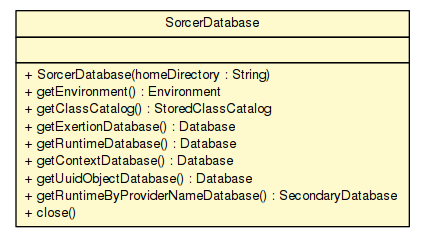
Earlier version of the Graphviz export apidocs/sorcer/util/bdb/objects/SorcerDatabase.png (sorcersoft/sorcersoft.github.io). Its source is kept beside it as apidocs/sorcer/util/bdb/objects/SorcerDatabase.dot.
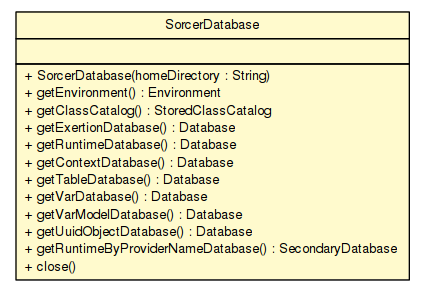
After the commit.

Diff of the diagram source:
```diff
@@ -4,7 +4,7 @@
 	node [fontname="Helvetica",fontsize=10,shape=plaintext];
 	nodesep=0.25;
 	ranksep=0.5;
-	c508999 [label=<<table title="sorcer.util.bdb.objects.SorcerDatabase" border="0" cellborder="1" cellspacing="0" cellpadding="2" port="p" bgcolor="lemonChiffon" href="./SorcerDatabase.html">
+	c544503 [label=<<table title="sorcer.util.bdb.objects.SorcerDatabase" border="0" cellborder="1" cellspacing="0" cellpadding="2" port="p" bgcolor="lemonChiffon" href="./SorcerDatabase.html">
 		<tr><td><table border="0" cellspacing="0" cellpadding="1">
 <tr><td align="center" balign="center"> SorcerDatabase </td></tr>
 		</table></td></tr>
@@ -18,6 +18,9 @@
 <tr><td align="left" balign="left"> + getExertionDatabase() : Database </td></tr>
 <tr><td align="left" balign="left"> + getRuntimeDatabase() : Database </td></tr>
 <tr><td align="left" balign="left"> + getContextDatabase() : Database </td></tr>
+<tr><td align="left" balign="left"> + getTableDatabase() : Database </td></tr>
+<tr><td align="left" balign="left"> + getVarDatabase() : Database </td></tr>
+<tr><td align="left" balign="left"> + getVarModelDatabase() : Database </td></tr>
 <tr><td align="left" balign="left"> + getUuidObjectDatabase() : Database </td></tr>
 <tr><td align="left" balign="left"> + getRuntimeByProviderNameDatabase() : SecondaryDatabase </td></tr>
 <tr><td align="left" balign="left"> + close() </td></tr>
```
